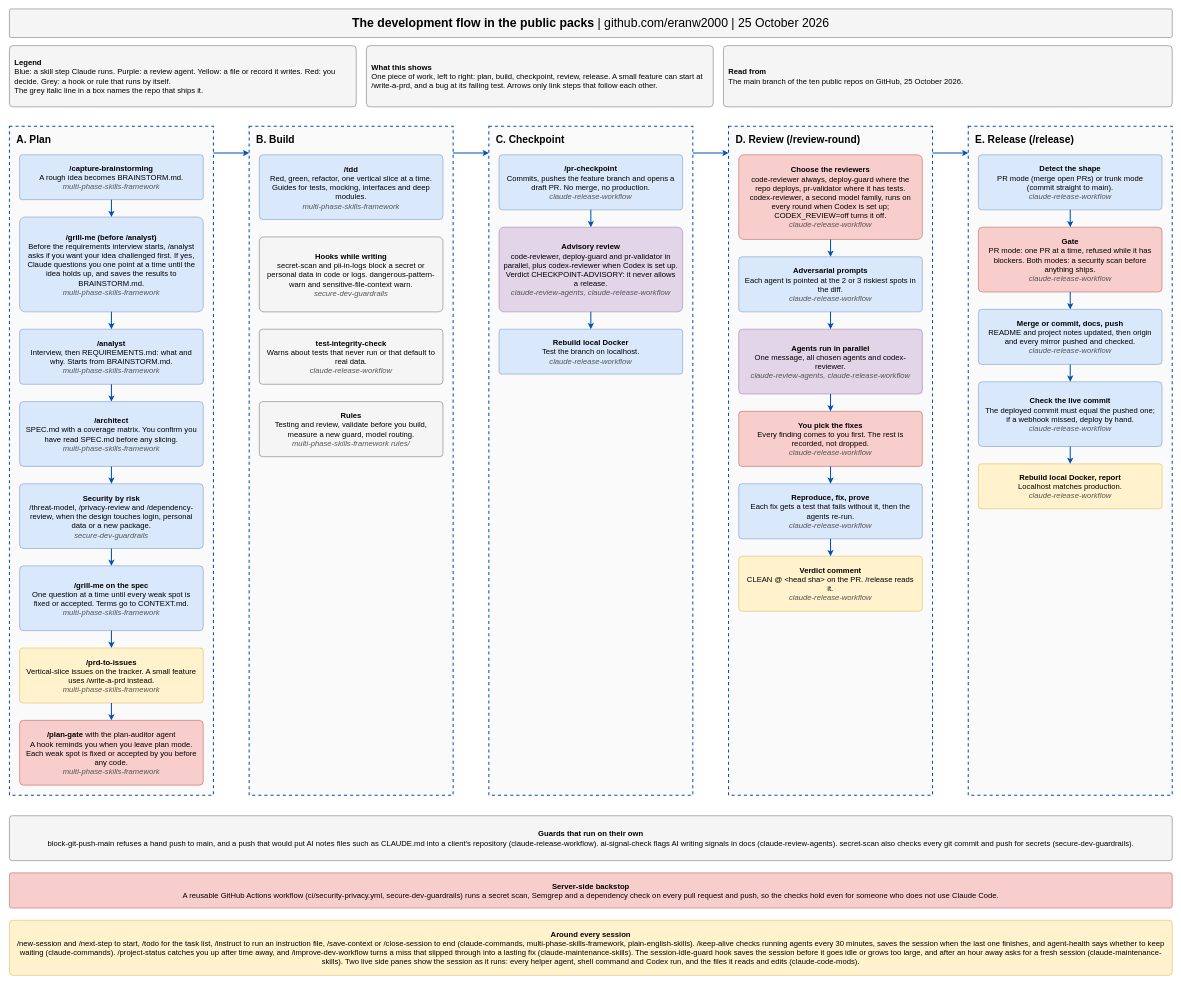
The draw.io diagram docs/development-flow.drawio in eranw2000/eranw2000, before the edit. Source tidied: cells renumbered, new cells numbered last; positions are measured from the earlier drawing's top-left corner, leaving out a move shared by most shapes. Both pictures are drawn from the tidied source at 51%, with x=0, y=0 at pixel (9, 9).
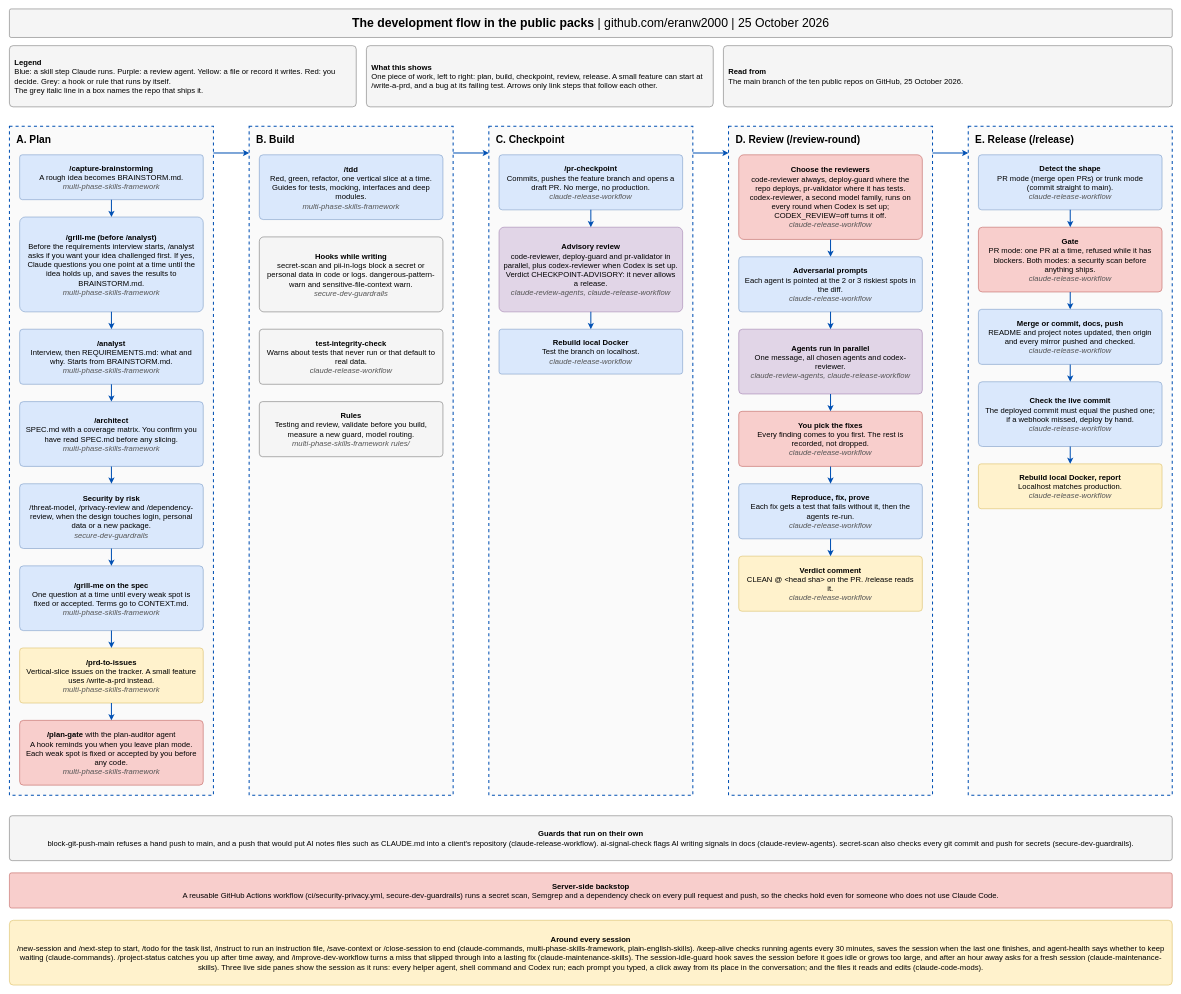
After the change.

Commit message (it also covers changes not shown here):
Development flow: the Thread pane in claude-code-mods

Page 1's session band now names three live side panes, and the README line for
claude-code-mods names the Thread pane.

Diff of the diagram source:
```diff
@@
-    <mxCell id="61" value="&lt;b&gt;Around every session&lt;/b&gt;&lt;br&gt;/new-session and /next-step to start, /todo for the task list, /instruct to run an instruction file, /save-context or /close-session to end (claude-commands, multi-phase-skills-framework, plain-english-skills). /keep-alive checks running agents every 30 minutes, saves the session when the last one finishes, and agent-health says whether to keep waiting (claude-commands). /project-status catches you up after time away, and /improve-dev-workflow turns a miss that slipped through into a lasting fix (claude-maintenance-skills). The session-idle-guard hook saves the session before it goes idle or grows too large, and after an hour away asks for a fresh session (claude-maintenance-skills). Two live side panes show the session as it runs: every helper agent, shell command and Codex run, and the files it reads and edits (claude-code-mods)." style="rounded=1;arcSize=6;whiteSpace=wrap;html=1;fillColor=#fff2cc;strokeColor=#d6b656;fontSize=15;fontFamily=Helvetica;spacing=10;align=center;verticalAlign=middle;" parent="1" vertex="1">
-      <mxGeometry y="1787" width="2280" height="108" as="geometry" />
+    <mxCell id="61" value="&lt;b&gt;Around every session&lt;/b&gt;&lt;br&gt;/new-session and /next-step to start, /todo for the task list, /instruct to run an instruction file, /save-context or /close-session to end (claude-commands, multi-phase-skills-framework, plain-english-skills). /keep-alive checks running agents every 30 minutes, saves the session when the last one finishes, and agent-health says whether to keep waiting (claude-commands). /project-status catches you up after time away, and /improve-dev-workflow turns a miss that slipped through into a lasting fix (claude-maintenance-skills). The session-idle-guard hook saves the session before it goes idle or grows too large, and after an hour away asks for a fresh session (claude-maintenance-skills). Three live side panes show the session as it runs: every helper agent, shell command and Codex run; each prompt you typed, a click away from its place in the conversation; and the files it reads and edits (claude-code-mods)." style="rounded=1;arcSize=6;whiteSpace=wrap;html=1;fillColor=#fff2cc;strokeColor=#d6b656;fontSize=15;fontFamily=Helvetica;spacing=10;align=center;verticalAlign=middle;" parent="1" vertex="1">
+      <mxGeometry y="1787" width="2280" height="127" as="geometry" />
     </mxCell>
```
